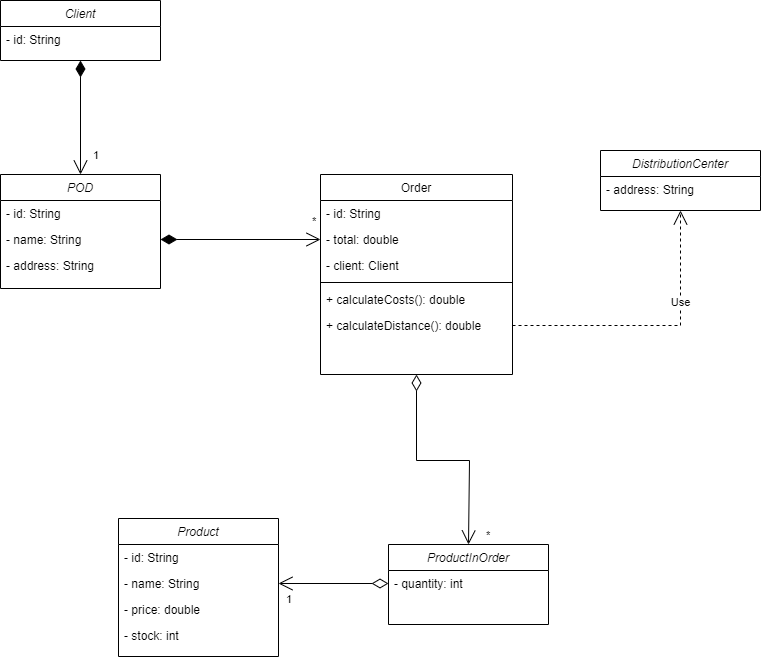
This is docs/images/08_umldiagram.png from Arquisoft/dede_es3c, a draw.io export, as it was before one commit. Source tidied: cells renumbered, new cells last; positions are measured from the earlier drawing's top-left corner, leaving out a move shared by most shapes.
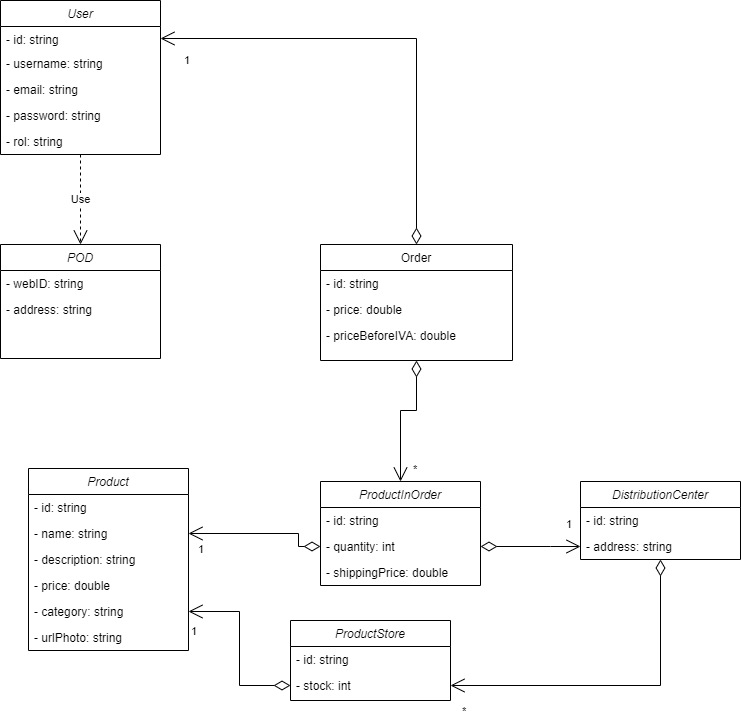
After the commit.

Commit message:
Actualizado diagrama UML

The edit, as a diff of the source:
```diff
@@ -1,104 +1,137 @@
 <mxGraphModel>
   <root>
-    <mxCell id="0" />
-    <mxCell id="1" parent="0" />
-    <mxCell id="2" value="Client" style="swimlane;fontStyle=2;align=center;verticalAlign=top;horizontal=1;startSize=26;rounded=0;shadow=0;strokeWidth=1;" parent="1" vertex="1">
-      <mxGeometry width="160" height="60" as="geometry" />
-    </mxCell>
-    <mxCell id="3" value="- id: String" style="text;align=left;verticalAlign=top;spacingLeft=4;spacingRight=4;overflow=hidden;" parent="2" vertex="1">
-      <mxGeometry y="26" width="160" height="26" as="geometry" />
-    </mxCell>
+    <mxCell id="29" />
+    <mxCell id="30" parent="29" />
+    <mxCell id="31" value="User" style="swimlane;fontStyle=2;align=center;verticalAlign=top;horizontal=1;startSize=26;rounded=0;shadow=0;strokeWidth=1;" parent="30" vertex="1">
+      <mxGeometry x="14" y="-20" width="160" height="154" as="geometry" />
+    </mxCell>
+    <mxCell id="32" value="- id: string" style="text;align=left;verticalAlign=top;spacingLeft=4;spacingRight=4;overflow=hidden;points=[[0,0.5],[1,0.5]];portConstraint=eastwest;" parent="31" vertex="1">
+      <mxGeometry y="26" width="160" height="24" as="geometry" />
+    </mxCell>
+    <mxCell id="33" value="- username: string" style="text;align=left;verticalAlign=top;spacingLeft=4;spacingRight=4;overflow=hidden;" parent="31" vertex="1">
+      <mxGeometry y="50" width="160" height="26" as="geometry" />
+    </mxCell>
+    <mxCell id="34" value="- email: string" style="text;align=left;verticalAlign=top;spacingLeft=4;spacingRight=4;overflow=hidden;" parent="31" vertex="1">
+      <mxGeometry y="76" width="160" height="26" as="geometry" />
+    </mxCell>
+    <mxCell id="35" value="- password: string" style="text;align=left;verticalAlign=top;spacingLeft=4;spacingRight=4;overflow=hidden;" parent="31" vertex="1">
+      <mxGeometry y="102" width="160" height="26" as="geometry" />
+    </mxCell>
+    <mxCell id="36" value="- rol: string" style="text;align=left;verticalAlign=top;spacingLeft=4;spacingRight=4;overflow=hidden;" parent="31" vertex="1">
+      <mxGeometry y="128" width="160" height="26" as="geometry" />
+    </mxCell>
-    <mxCell id="4" value="Order" style="swimlane;fontStyle=0;align=center;verticalAlign=top;horizontal=1;startSize=26;rounded=0;shadow=0;strokeWidth=1;" parent="1" vertex="1">
-      <mxGeometry x="320" y="174" width="192" height="200" as="geometry" />
+    <mxCell id="4" value="Order" style="swimlane;fontStyle=0;align=center;verticalAlign=top;horizontal=1;startSize=26;rounded=0;shadow=0;strokeWidth=1;" parent="30" vertex="1">
+      <mxGeometry x="334" y="224" width="192" height="116" as="geometry" />
     </mxCell>
-    <mxCell id="5" value="- id: String" style="text;align=left;verticalAlign=top;spacingLeft=4;spacingRight=4;overflow=hidden;" parent="4" vertex="1">
-      <mxGeometry y="26" width="192" height="26" as="geometry" />
-    </mxCell>
-    <mxCell id="6" value="- total: double" style="text;align=left;verticalAlign=top;spacingLeft=4;spacingRight=4;overflow=hidden;points=[[0,0.5],[1,0.5]];portConstraint=eastwest;rounded=0;shadow=0;html=0;" parent="4" vertex="1">
-      <mxGeometry y="52" width="192" height="26" as="geometry" />
-    </mxCell>
-    <mxCell id="7" value="- client: Client" style="text;align=left;verticalAlign=top;spacingLeft=4;spacingRight=4;overflow=hidden;rounded=0;shadow=0;html=0;" parent="4" vertex="1">
-      <mxGeometry y="78" width="192" height="26" as="geometry" />
-    </mxCell>
-    <mxCell id="8" style="line;html=1;strokeWidth=1;align=left;verticalAlign=middle;spacingTop=-1;spacingLeft=3;spacingRight=3;labelPosition=right;" parent="4" vertex="1">
-      <mxGeometry y="104" width="192" height="8" as="geometry" />
-    </mxCell>
-    <mxCell id="9" value="+ calculateCosts(): double" style="text;align=left;verticalAlign=top;spacingLeft=4;spacingRight=4;overflow=hidden;" parent="4" vertex="1">
-      <mxGeometry y="112" width="192" height="26" as="geometry" />
-    </mxCell>
-    <mxCell id="10" value="+ calculateDistance(): double" style="text;align=left;verticalAlign=top;spacingLeft=4;spacingRight=4;overflow=hidden;points=[[0,0.5],[1,0.5]];portConstraint=eastwest;" parent="4" vertex="1">
-      <mxGeometry y="138" width="192" height="26" as="geometry" />
-    </mxCell>
+    <mxCell id="37" value="- id: string" style="text;align=left;verticalAlign=top;spacingLeft=4;spacingRight=4;overflow=hidden;" parent="4" vertex="1">
+      <mxGeometry y="26" width="192" height="26" as="geometry" />
+    </mxCell>
+    <mxCell id="38" value="- price: double" style="text;align=left;verticalAlign=top;spacingLeft=4;spacingRight=4;overflow=hidden;rounded=0;shadow=0;html=0;" parent="4" vertex="1">
+      <mxGeometry y="52" width="192" height="26" as="geometry" />
+    </mxCell>
+    <mxCell id="39" value="- priceBeforeIVA: double" style="text;align=left;verticalAlign=top;spacingLeft=4;spacingRight=4;overflow=hidden;rounded=0;shadow=0;html=0;" parent="4" vertex="1">
+      <mxGeometry y="78" width="192" height="26" as="geometry" />
+    </mxCell>
-    <mxCell id="11" value="Product" style="swimlane;fontStyle=2;align=center;verticalAlign=top;horizontal=1;startSize=26;rounded=0;shadow=0;strokeWidth=1;" parent="1" vertex="1">
-      <mxGeometry x="118" y="518" width="160" height="138" as="geometry" />
+    <mxCell id="11" value="Product" style="swimlane;fontStyle=2;align=center;verticalAlign=top;horizontal=1;startSize=26;rounded=0;shadow=0;strokeWidth=1;" parent="30" vertex="1">
+      <mxGeometry x="42" y="448" width="160" height="182" as="geometry" />
     </mxCell>
-    <mxCell id="12" value="- id: String" style="text;align=left;verticalAlign=top;spacingLeft=4;spacingRight=4;overflow=hidden;" parent="11" vertex="1">
-      <mxGeometry y="26" width="160" height="26" as="geometry" />
-    </mxCell>
-    <mxCell id="13" value="- name: String" style="text;align=left;verticalAlign=top;spacingLeft=4;spacingRight=4;overflow=hidden;points=[[0,0.5],[1,0.5]];portConstraint=eastwest;" parent="11" vertex="1">
-      <mxGeometry y="52" width="160" height="26" as="geometry" />
-    </mxCell>
-    <mxCell id="14" value="- price: double" style="text;align=left;verticalAlign=top;spacingLeft=4;spacingRight=4;overflow=hidden;rounded=0;shadow=0;html=0;" parent="11" vertex="1">
-      <mxGeometry y="78" width="160" height="26" as="geometry" />
-    </mxCell>
+    <mxCell id="40" value="- id: string" style="text;align=left;verticalAlign=top;spacingLeft=4;spacingRight=4;overflow=hidden;" parent="11" vertex="1">
+      <mxGeometry y="26" width="160" height="26" as="geometry" />
+    </mxCell>
+    <mxCell id="41" value="- name: string" style="text;align=left;verticalAlign=top;spacingLeft=4;spacingRight=4;overflow=hidden;points=[[0,0.5],[1,0.5]];portConstraint=eastwest;" parent="11" vertex="1">
+      <mxGeometry y="52" width="160" height="26" as="geometry" />
+    </mxCell>
+    <mxCell id="42" value="- description: string" style="text;align=left;verticalAlign=top;spacingLeft=4;spacingRight=4;overflow=hidden;" parent="11" vertex="1">
+      <mxGeometry y="78" width="160" height="26" as="geometry" />
+    </mxCell>
+    <mxCell id="43" value="- price: double" style="text;align=left;verticalAlign=top;spacingLeft=4;spacingRight=4;overflow=hidden;rounded=0;shadow=0;html=0;" parent="11" vertex="1">
+      <mxGeometry y="104" width="160" height="26" as="geometry" />
+    </mxCell>
+    <mxCell id="44" value="- category: string" style="text;align=left;verticalAlign=top;spacingLeft=4;spacingRight=4;overflow=hidden;points=[[0,0.5],[1,0.5]];portConstraint=eastwest;rounded=0;shadow=0;html=0;" parent="11" vertex="1">
+      <mxGeometry y="130" width="160" height="26" as="geometry" />
+    </mxCell>
+    <mxCell id="45" value="- urlPhoto: string" style="text;align=left;verticalAlign=top;spacingLeft=4;spacingRight=4;overflow=hidden;rounded=0;shadow=0;html=0;" parent="11" vertex="1">
+      <mxGeometry y="156" width="160" height="26" as="geometry" />
+    </mxCell>
+    <mxCell id="16" value="ProductInOrder" style="swimlane;fontStyle=2;align=center;verticalAlign=top;horizontal=1;startSize=26;rounded=0;shadow=0;strokeWidth=1;" parent="30" vertex="1">
+      <mxGeometry x="334" y="461" width="160" height="104" as="geometry" />
+    </mxCell>
+    <mxCell id="46" value="- id: string" style="text;align=left;verticalAlign=top;spacingLeft=4;spacingRight=4;overflow=hidden;" parent="16" vertex="1">
+      <mxGeometry y="26" width="160" height="26" as="geometry" />
+    </mxCell>
+    <mxCell id="17" value="- quantity: int" style="text;align=left;verticalAlign=top;spacingLeft=4;spacingRight=4;overflow=hidden;points=[[0,0.5],[1,0.5]];portConstraint=eastwest;rounded=0;shadow=0;html=0;" parent="16" vertex="1">
+      <mxGeometry y="52" width="160" height="26" as="geometry" />
+    </mxCell>
+    <mxCell id="47" value="- shippingPrice: double" style="text;align=left;verticalAlign=top;spacingLeft=4;spacingRight=4;overflow=hidden;rounded=0;shadow=0;html=0;" parent="16" vertex="1">
+      <mxGeometry y="78" width="160" height="26" as="geometry" />
+    </mxCell>
+    <mxCell id="18" value="DistributionCenter" style="swimlane;fontStyle=2;align=center;verticalAlign=top;horizontal=1;startSize=26;rounded=0;shadow=0;strokeWidth=1;" parent="30" vertex="1">
+      <mxGeometry x="594" y="461" width="160" height="78" as="geometry" />
+    </mxCell>
+    <mxCell id="48" value="- id: string" style="text;align=left;verticalAlign=top;spacingLeft=4;spacingRight=4;overflow=hidden;" parent="18" vertex="1">
+      <mxGeometry y="26" width="160" height="26" as="geometry" />
+    </mxCell>
+    <mxCell id="49" value="- address: string" style="text;align=left;verticalAlign=top;spacingLeft=4;spacingRight=4;overflow=hidden;points=[[0,0.5],[1,0.5]];portConstraint=eastwest;" parent="18" vertex="1">
+      <mxGeometry y="52" width="160" height="26" as="geometry" />
+    </mxCell>
+    <mxCell id="20" value="*" style="endArrow=open;html=1;endSize=12;startArrow=diamondThin;startSize=14;startFill=0;edgeStyle=orthogonalEdgeStyle;align=left;verticalAlign=bottom;rounded=0;exitX=0.5;exitY=1;exitDx=0;exitDy=0;entryX=0.5;entryY=0;entryDx=0;entryDy=0;" parent="30" edge="1" source="4" target="16">
+      <mxGeometry x="0.95" y="11" relative="1" as="geometry">
+        <Array as="points">
+          <mxPoint x="430" y="390" />
+          <mxPoint x="414" y="390" />
+        </Array>
+      </mxGeometry>
+    </mxCell>
+    <mxCell id="22" value="1" style="endArrow=open;html=1;endSize=12;startArrow=diamondThin;startSize=14;startFill=0;edgeStyle=orthogonalEdgeStyle;align=left;verticalAlign=bottom;rounded=0;entryX=1;entryY=0.5;entryDx=0;entryDy=0;exitX=0;exitY=0.5;exitDx=0;exitDy=0;" parent="30" edge="1" source="17" target="41">
+      <mxGeometry x="0.89" y="25" relative="1" as="geometry">
+        <Array as="points">
+          <mxPoint x="312" y="513" />
+        </Array>
+      </mxGeometry>
+    </mxCell>
+    <mxCell id="24" value="POD" style="swimlane;fontStyle=2;align=center;verticalAlign=top;horizontal=1;startSize=26;rounded=0;shadow=0;strokeWidth=1;" parent="30" vertex="1">
+      <mxGeometry x="14" y="224" width="160" height="114" as="geometry" />
+    </mxCell>
+    <mxCell id="50" value="- webID: string" style="text;align=left;verticalAlign=top;spacingLeft=4;spacingRight=4;overflow=hidden;" parent="24" vertex="1">
+      <mxGeometry y="26" width="160" height="26" as="geometry" />
+    </mxCell>
+    <mxCell id="51" value="- address: string" style="text;align=left;verticalAlign=top;spacingLeft=4;spacingRight=4;overflow=hidden;rounded=0;shadow=0;html=0;" parent="24" vertex="1">
+      <mxGeometry y="52" width="160" height="26" as="geometry" />
+    </mxCell>
+    <mxCell id="52" value="1" style="endArrow=open;html=1;endSize=12;startArrow=diamondThin;startSize=14;startFill=0;edgeStyle=orthogonalEdgeStyle;align=left;verticalAlign=bottom;rounded=0;entryX=0;entryY=0.5;entryDx=0;entryDy=0;exitX=1;exitY=0.5;exitDx=0;exitDy=0;" parent="30" edge="1" source="17" target="49">
+      <mxGeometry x="0.67" y="13" relative="1" as="geometry">
+        <Array as="points">
+          <mxPoint x="564" y="526" />
+          <mxPoint x="564" y="526" />
+        </Array>
+      </mxGeometry>
+    </mxCell>
+    <mxCell id="53" value="ProductStore" style="swimlane;fontStyle=2;align=center;verticalAlign=top;horizontal=1;startSize=26;rounded=0;shadow=0;strokeWidth=1;" parent="30" vertex="1">
+      <mxGeometry x="304" y="600" width="160" height="80" as="geometry" />
+    </mxCell>
+    <mxCell id="54" value="- id: string" style="text;align=left;verticalAlign=top;spacingLeft=4;spacingRight=4;overflow=hidden;" parent="53" vertex="1">
+      <mxGeometry y="26" width="160" height="26" as="geometry" />
+    </mxCell>
-    <mxCell id="15" value="- stock: int" style="text;align=left;verticalAlign=top;spacingLeft=4;spacingRight=4;overflow=hidden;points=[[0,0.5],[1,0.5]];portConstraint=eastwest;rounded=0;shadow=0;html=0;" parent="11" vertex="1">
-      <mxGeometry y="104" width="160" height="26" as="geometry" />
+    <mxCell id="15" value="- stock: int" style="text;align=left;verticalAlign=top;spacingLeft=4;spacingRight=4;overflow=hidden;points=[[0,0.5],[1,0.5]];portConstraint=eastwest;rounded=0;shadow=0;html=0;" parent="53" vertex="1">
+      <mxGeometry y="52" width="160" height="26" as="geometry" />
     </mxCell>
-    <mxCell id="16" value="ProductInOrder" style="swimlane;fontStyle=2;align=center;verticalAlign=top;horizontal=1;startSize=26;rounded=0;shadow=0;strokeWidth=1;" parent="1" vertex="1">
-      <mxGeometry x="388" y="544" width="160" height="80" as="geometry" />
-    </mxCell>
-    <mxCell id="17" value="- quantity: int" style="text;align=left;verticalAlign=top;spacingLeft=4;spacingRight=4;overflow=hidden;points=[[0,0.5],[1,0.5]];portConstraint=eastwest;rounded=0;shadow=0;html=0;" parent="16" vertex="1">
-      <mxGeometry y="26" width="160" height="26" as="geometry" />
-    </mxCell>
-    <mxCell id="18" value="DistributionCenter" style="swimlane;fontStyle=2;align=center;verticalAlign=top;horizontal=1;startSize=26;rounded=0;shadow=0;strokeWidth=1;" parent="1" vertex="1">
-      <mxGeometry x="600" y="150" width="160" height="60" as="geometry" />
-    </mxCell>
-    <mxCell id="19" value="- address: String" style="text;align=left;verticalAlign=top;spacingLeft=4;spacingRight=4;overflow=hidden;" parent="18" vertex="1">
-      <mxGeometry y="26" width="160" height="26" as="geometry" />
-    </mxCell>
-    <mxCell id="20" value="*" style="endArrow=open;html=1;endSize=12;startArrow=diamondThin;startSize=14;startFill=0;edgeStyle=orthogonalEdgeStyle;align=left;verticalAlign=bottom;rounded=0;exitX=0.5;exitY=1;exitDx=0;exitDy=0;entryX=0.5;entryY=0;entryDx=0;entryDy=0;" parent="1" edge="1" source="4" target="16">
-      <mxGeometry x="1" y="16" relative="1" as="geometry">
-        <Array as="points">
-          <mxPoint x="416" y="460" />
-          <mxPoint x="469" y="460" />
-        </Array>
-      </mxGeometry>
-    </mxCell>
-    <mxCell id="21" value="*" style="endArrow=open;html=1;endSize=12;startArrow=diamondThin;startSize=14;startFill=1;edgeStyle=orthogonalEdgeStyle;align=left;verticalAlign=bottom;rounded=0;exitX=1;exitY=0.5;exitDx=0;exitDy=0;entryX=0;entryY=0.5;entryDx=0;entryDy=0;" parent="1" edge="1" source="26" target="6">
-      <mxGeometry x="0.88" y="9" relative="1" as="geometry" />
+    <mxCell id="21" value="*" style="endArrow=open;html=1;endSize=12;startArrow=diamondThin;startSize=14;startFill=0;edgeStyle=orthogonalEdgeStyle;align=left;verticalAlign=bottom;rounded=0;entryX=1;entryY=0.5;entryDx=0;entryDy=0;exitX=0.5;exitY=1;exitDx=0;exitDy=0;" parent="30" edge="1" source="18" target="15">
+      <mxGeometry x="0.94" y="35" relative="1" as="geometry" />
     </mxCell>
-    <mxCell id="22" value="1" style="endArrow=open;html=1;endSize=12;startArrow=diamondThin;startSize=14;startFill=0;edgeStyle=orthogonalEdgeStyle;align=left;verticalAlign=bottom;rounded=0;entryX=1;entryY=0.5;entryDx=0;entryDy=0;exitX=0;exitY=0.5;exitDx=0;exitDy=0;" parent="1" edge="1" source="17" target="13">
-      <mxGeometry x="0.89" y="25" relative="1" as="geometry">
-        <Array as="points">
-          <mxPoint x="388" y="583" />
-        </Array>
-      </mxGeometry>
-    </mxCell>
+    <mxCell id="55" value="1" style="endArrow=open;html=1;endSize=12;startArrow=diamondThin;startSize=14;startFill=0;edgeStyle=orthogonalEdgeStyle;align=left;verticalAlign=bottom;rounded=0;exitX=0;exitY=0.5;exitDx=0;exitDy=0;entryX=1;entryY=0.5;entryDx=0;entryDy=0;" parent="30" edge="1" source="15" target="44">
+      <mxGeometry x="1" y="29" relative="1" as="geometry">
+        <mxPoint x="1" as="offset" />
+      </mxGeometry>
+    </mxCell>
+    <mxCell id="56" value="1" style="endArrow=open;html=1;endSize=12;startArrow=diamondThin;startSize=14;startFill=0;edgeStyle=orthogonalEdgeStyle;align=left;verticalAlign=bottom;rounded=0;exitX=0.5;exitY=0;exitDx=0;exitDy=0;entryX=1;entryY=0.5;entryDx=0;entryDy=0;" parent="30" edge="1" source="4" target="32">
+      <mxGeometry x="0.9" y="31" relative="1" as="geometry">
+        <Array as="points">
+          <mxPoint x="430" y="18" />
+        </Array>
+      </mxGeometry>
+    </mxCell>
-    <mxCell id="23" value="Use" style="endArrow=open;endSize=12;dashed=1;html=1;rounded=0;exitX=1;exitY=0.5;exitDx=0;exitDy=0;entryX=0.5;entryY=1;entryDx=0;entryDy=0;" parent="1" edge="1" source="10" target="18">
-      <mxGeometry x="0.35" relative="1" as="geometry">
-        <Array as="points">
-          <mxPoint x="680" y="325" />
-        </Array>
-      </mxGeometry>
+    <mxCell id="23" value="Use" style="endArrow=open;endSize=12;dashed=1;html=1;rounded=0;exitX=0.5;exitY=1;exitDx=0;exitDy=0;entryX=0.5;entryY=0;entryDx=0;entryDy=0;" parent="30" edge="1" source="31" target="24">
+      <mxGeometry relative="1" as="geometry" />
     </mxCell>
-    <mxCell id="24" value="POD" style="swimlane;fontStyle=2;align=center;verticalAlign=top;horizontal=1;startSize=26;rounded=0;shadow=0;strokeWidth=1;" parent="1" vertex="1">
-      <mxGeometry y="174" width="160" height="114" as="geometry" />
-    </mxCell>
-    <mxCell id="25" value="- id: String" style="text;align=left;verticalAlign=top;spacingLeft=4;spacingRight=4;overflow=hidden;" parent="24" vertex="1">
-      <mxGeometry y="26" width="160" height="26" as="geometry" />
-    </mxCell>
-    <mxCell id="26" value="- name: String" style="text;align=left;verticalAlign=top;spacingLeft=4;spacingRight=4;overflow=hidden;points=[[0,0.5],[1,0.5]];portConstraint=eastwest;" parent="24" vertex="1">
-      <mxGeometry y="52" width="160" height="26" as="geometry" />
-    </mxCell>
-    <mxCell id="27" value="- address: String" style="text;align=left;verticalAlign=top;spacingLeft=4;spacingRight=4;overflow=hidden;rounded=0;shadow=0;html=0;" parent="24" vertex="1">
-      <mxGeometry y="78" width="160" height="26" as="geometry" />
-    </mxCell>
-    <mxCell id="28" value="1" style="endArrow=open;html=1;endSize=12;startArrow=diamondThin;startSize=14;startFill=1;edgeStyle=orthogonalEdgeStyle;align=left;verticalAlign=bottom;rounded=0;entryX=0.5;entryY=0;entryDx=0;entryDy=0;exitX=0.5;exitY=1;exitDx=0;exitDy=0;" parent="1" edge="1" source="2" target="24">
-      <mxGeometry x="0.82" y="11" relative="1" as="geometry">
-        <Array as="points">
-          <mxPoint x="80" y="170" />
-        </Array>
-      </mxGeometry>
-    </mxCell>
   </root>
 </mxGraphModel>
```
